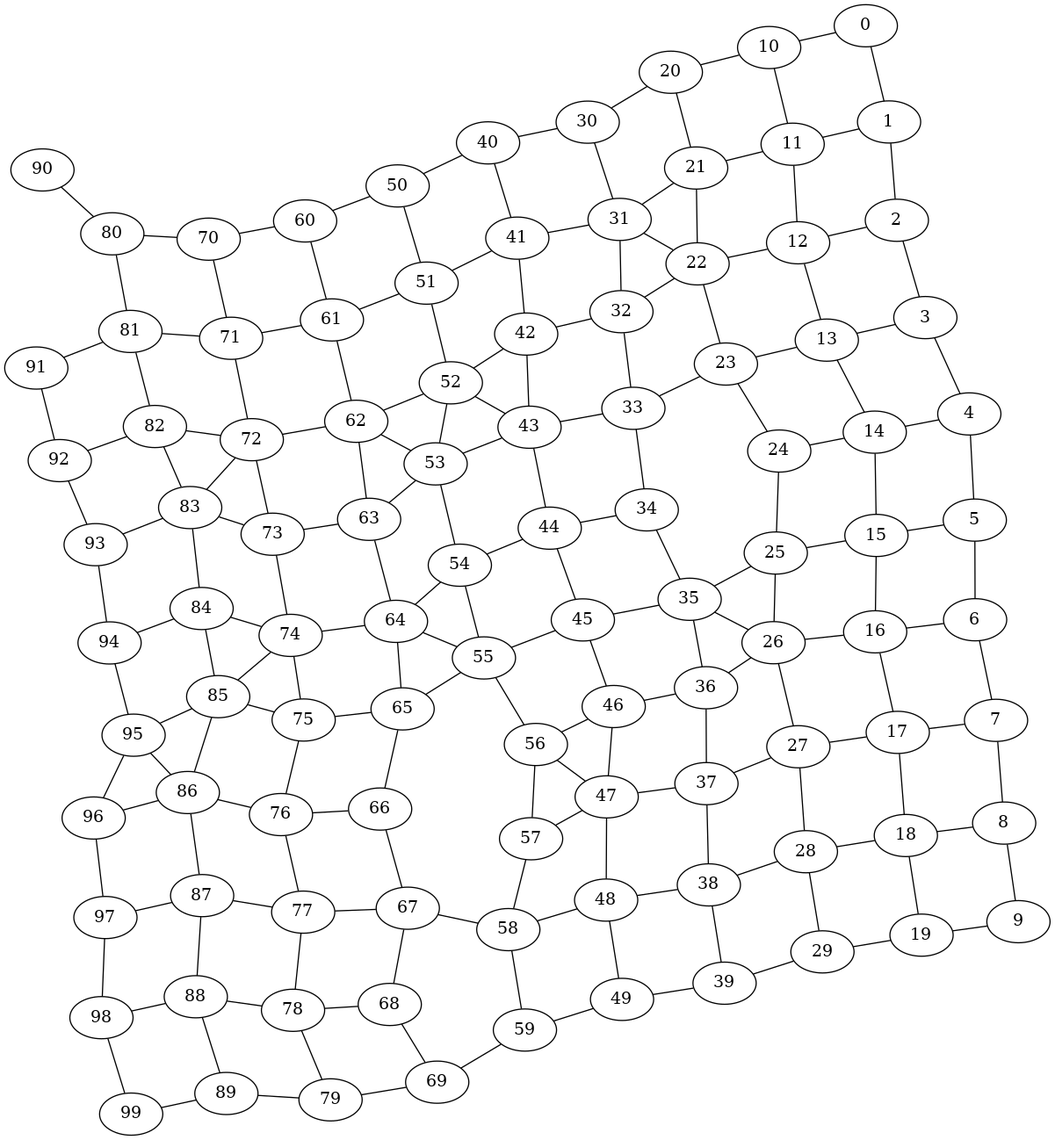
Earlier version of the Graphviz export fig/graph.png (lorenzorizzi17/urban_network). Its source is kept beside it as fig/graph.dot.
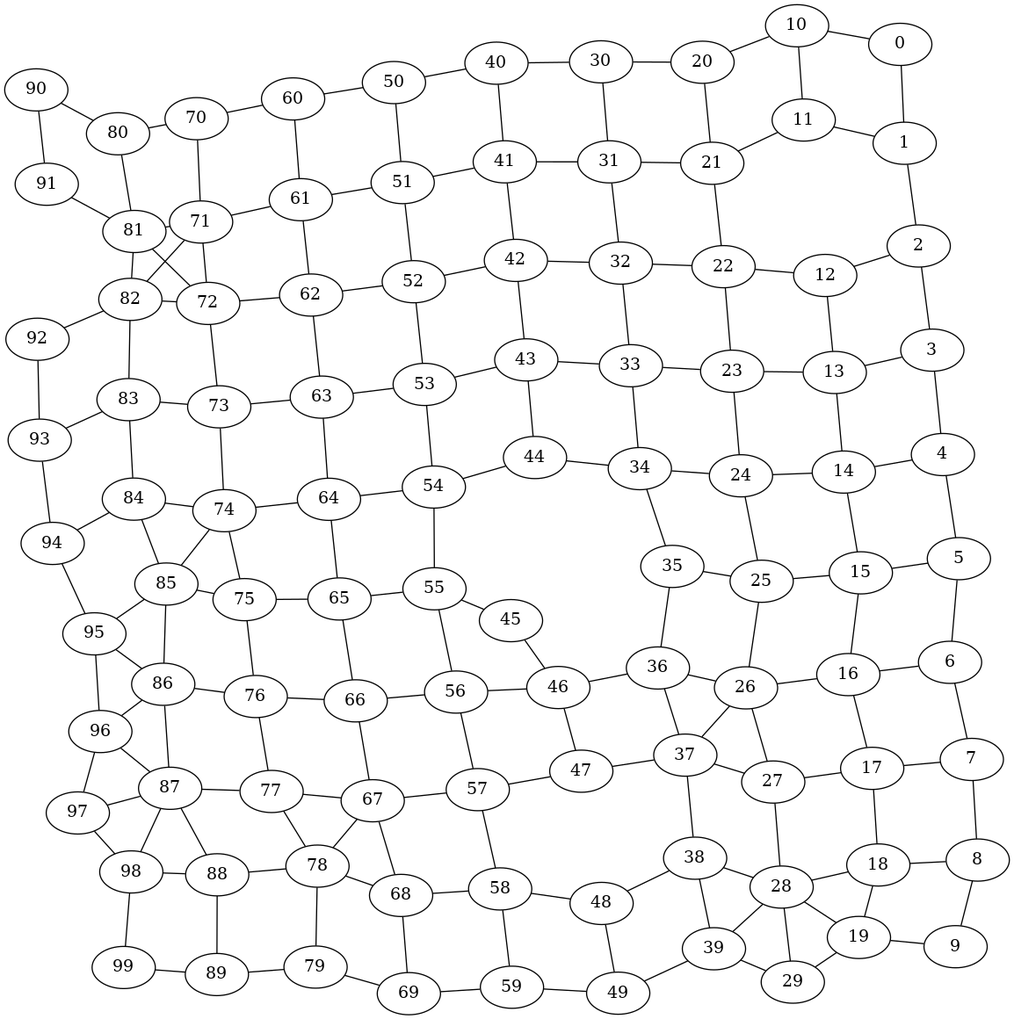
After the change.

Commit message:
Simplified agents mechanism. They now move in dual graph

The edit, as a diff of the source:
```diff
@@ -121,7 +121,6 @@
 10--11 ;
 10--20 ;
 11--21 ;
-11--12 ;
 12--22 ;
 12--13 ;
 13--23 ;
@@ -145,6 +144,7 @@
 22--23 ;
 23--33 ;
 23--24 ;
+24--34 ;
 24--25 ;
 25--35 ;
 25--26 ;
@@ -165,7 +165,6 @@
 33--34 ;
 34--44 ;
 34--35 ;
-35--45 ;
 35--36 ;
 36--46 ;
 36--37 ;
@@ -183,13 +182,11 @@
 43--53 ;
 43--44 ;
 44--54 ;
-44--45 ;
 45--55 ;
 45--46 ;
 46--56 ;
 46--47 ;
 47--57 ;
-47--48 ;
 48--58 ;
 48--49 ;
 49--59 ;
@@ -205,8 +202,11 @@
 54--55 ;
 55--65 ;
 55--56 ;
+56--66 ;
 56--57 ;
+57--67 ;
 57--58 ;
+58--68 ;
 58--59 ;
 59--69 ;
 60--61 ;
@@ -266,7 +266,7 @@
 88--98 ;
 88--89 ;
 89--99 ;
-91--92 ;
+90--91 ;
 92--93 ;
 93--94 ;
 94--95 ;
@@ -274,14 +274,14 @@
 96--97 ;
 97--98 ;
 98--99 ;
-26--35 ;
-83--72 ;
-58--67 ;
-31--22 ;
-43--52 ;
-74--85 ;
-47--56 ;
-53--62 ;
+85--74 ;
+67--78 ;
+28--19 ;
+87--98 ;
 86--95 ;
-64--55 ;
+81--72 ;
+28--39 ;
+37--26 ;
+71--82 ;
+87--96 ;
 }
```
